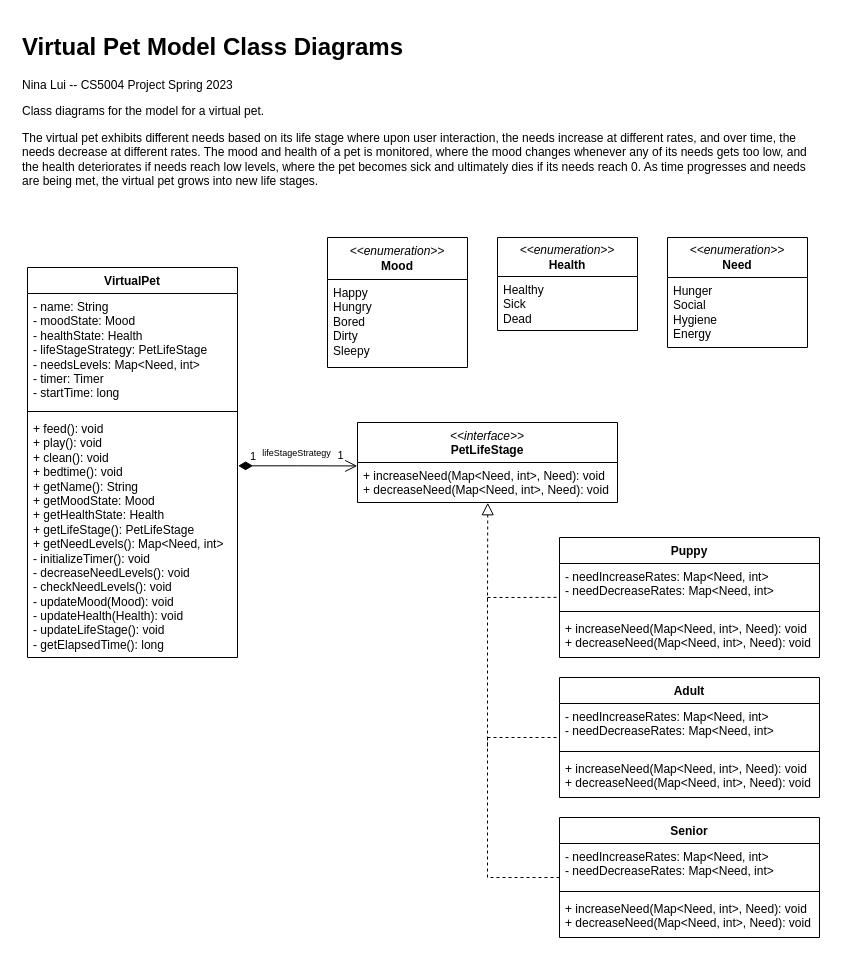
This is res/virtual pet(1)(4).drawio from ninalui/VirtualPet, a draw.io file, before an edit. Source tidied: cells renumbered, new cells numbered last; positions are measured from the earlier drawing's top-left corner, leaving out a move shared by most shapes. Both pictures are drawn from the tidied source at 100%, with x=0, y=0 at pixel (17, 27).
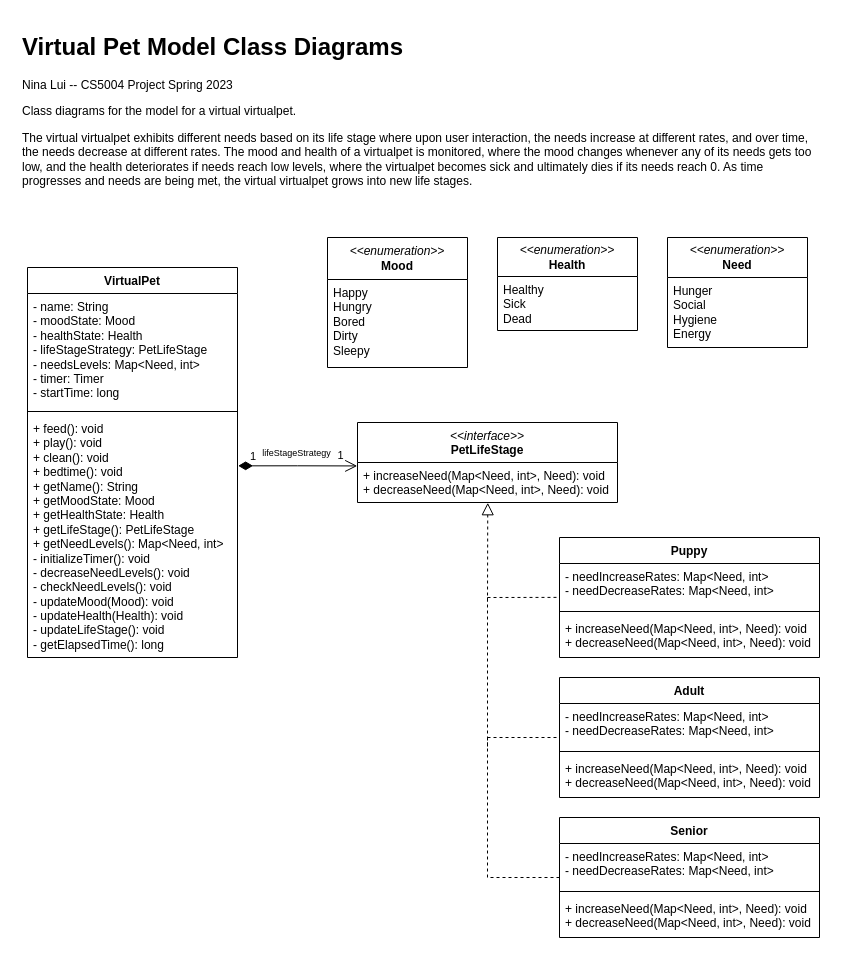
After the change.

What changed in the source:
```diff
@@
-    <mxCell id="26" value="&lt;h1&gt;Virtual Pet Model Class Diagrams&lt;br&gt;&lt;/h1&gt;&lt;p&gt;Nina Lui -- CS5004 Project Spring 2023&amp;nbsp;&lt;/p&gt;&lt;p&gt;Class diagrams for the model for a virtual pet.&lt;/p&gt;&lt;p&gt;The virtual pet exhibits different needs based on its life stage where upon user interaction, the needs increase at different rates, and over time, the needs decrease at different rates. The mood and health of a pet is monitored, where the mood changes whenever any of its needs gets too low, and the health deteriorates if needs reach low levels, where the pet becomes sick and ultimately dies if its needs reach 0. As time progresses and needs are being met, the virtual pet grows into new life stages. &lt;br&gt;&lt;/p&gt;" style="text;html=1;strokeColor=none;fillColor=none;spacing=5;spacingTop=-20;whiteSpace=wrap;overflow=hidden;rounded=0;" parent="1" vertex="1">
+    <mxCell id="26" value="&lt;h1&gt;Virtual Pet Model Class Diagrams&lt;br&gt;&lt;/h1&gt;&lt;p&gt;Nina Lui -- CS5004 Project Spring 2023&amp;nbsp;&lt;/p&gt;&lt;p&gt;Class diagrams for the model for a virtual virtualpet.&lt;/p&gt;&lt;p&gt;The virtual virtualpet exhibits different needs based on its life stage where upon user interaction, the needs increase at different rates, and over time, the needs decrease at different rates. The mood and health of a virtualpet is monitored, where the mood changes whenever any of its needs gets too low, and the health deteriorates if needs reach low levels, where the virtualpet becomes sick and ultimately dies if its needs reach 0. As time progresses and needs are being met, the virtual virtualpet grows into new life stages. &lt;br&gt;&lt;/p&gt;" style="text;html=1;strokeColor=none;fillColor=none;spacing=5;spacingTop=-20;whiteSpace=wrap;overflow=hidden;rounded=0;" parent="1" vertex="1">
       <mxGeometry width="810" height="180" as="geometry" />
     </mxCell>
```
